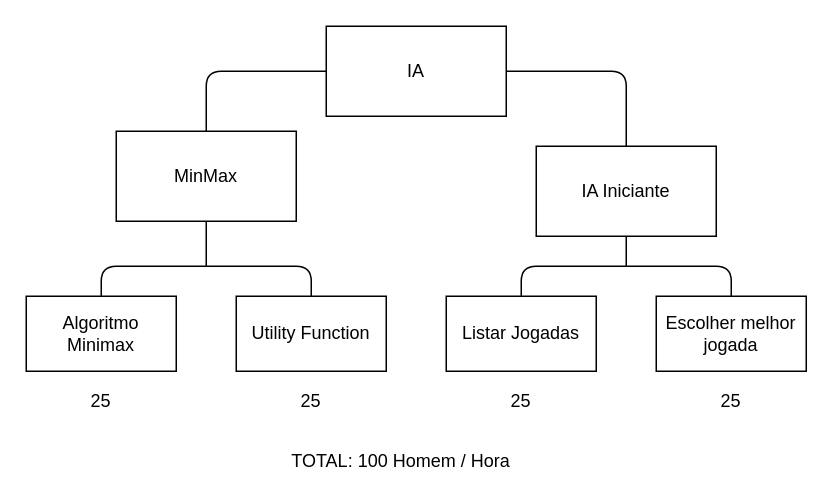
Above: Arquivos de gestão/IA/EAP IA + Poker.drawio in marcosousa-uff/Rummikuff (draw.io), before the change. Source tidied: cells renumbered, new cells numbered last; positions are measured from the earlier drawing's top-left corner, leaving out a move shared by most shapes. Both pictures are drawn from the tidied source at 150%, with x=0, y=0 at pixel (26, 26).
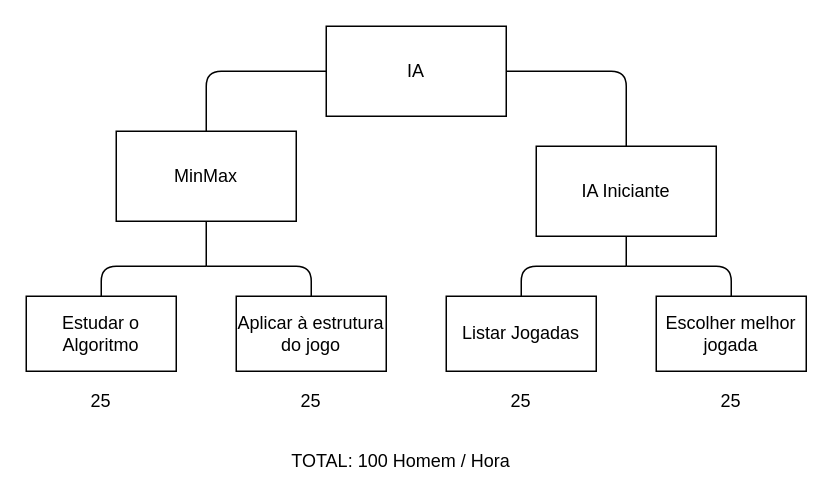
After the change.

Diff of the diagram source:
```diff
@@
-    <mxCell id="4" value="Algoritmo Minimax" style="rounded=0;whiteSpace=wrap;html=1;" parent="1" vertex="1">
+    <mxCell id="4" value="Estudar o Algoritmo " style="rounded=0;whiteSpace=wrap;html=1;" parent="1" vertex="1">
       <mxGeometry y="180" width="100" height="50" as="geometry" />
     </mxCell>
-    <mxCell id="5" value="Utility Function&lt;br&gt;" style="rounded=0;whiteSpace=wrap;html=1;" parent="1" vertex="1">
+    <mxCell id="5" value="Aplicar à estrutura do jogo" style="rounded=0;whiteSpace=wrap;html=1;" parent="1" vertex="1">
       <mxGeometry x="140" y="180" width="100" height="50" as="geometry" />
     </mxCell>
```
